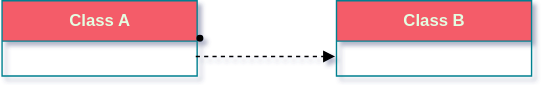
fanyixuanf/rhca keeps this draw.io diagram as uml/img/yilai.svg. Above is the earlier version. Source tidied: cells renumbered, new cells last; positions are measured from the earlier drawing's top-left corner, leaving out a move shared by most shapes. The source it was exported from:
```xml
<mxGraphModel background="#114B5F">
  <root>
    <mxCell id="0" />
    <mxCell id="1" parent="0" />
    <mxCell id="2" value="Class A" style="swimlane;fontStyle=1;align=center;verticalAlign=middle;horizontal=1;startSize=29;html=1;fillColor=#F45B69;strokeColor=#028090;fontColor=#E4FDE1;" parent="1" vertex="1">
      <mxGeometry width="140" height="54" as="geometry" />
    </mxCell>
    <mxCell id="3" value="Class B" style="swimlane;fontStyle=1;align=center;verticalAlign=middle;horizontal=1;startSize=29;html=1;fillColor=#F45B69;strokeColor=#028090;fontColor=#E4FDE1;" parent="1" vertex="1">
      <mxGeometry x="240" width="140" height="54" as="geometry" />
    </mxCell>
    <mxCell id="4" style="ellipse;html=1;fillColor=#000000;" parent="1" vertex="1">
      <mxGeometry x="140" y="25" width="4" height="4" as="geometry" />
    </mxCell>
    <mxCell id="5" style="html=1;verticalAlign=bottom;labelBackgroundColor=none;endArrow=block;endFill=1;dashed=1;rounded=0;" parent="1" edge="1">
      <mxGeometry relative="1" as="geometry">
        <mxPoint x="139" y="40" as="sourcePoint" />
        <mxPoint x="239" y="40" as="targetPoint" />
      </mxGeometry>
    </mxCell>
  </root>
</mxGraphModel>
```
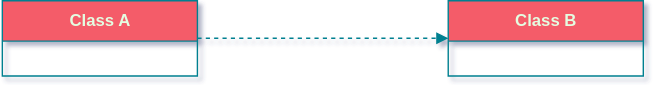
After the commit.

What changed in the source:
```diff
@@ -2,20 +2,16 @@
   <root>
     <mxCell id="0" />
     <mxCell id="1" parent="0" />
-    <mxCell id="2" value="Class A" style="swimlane;fontStyle=1;align=center;verticalAlign=middle;horizontal=1;startSize=29;html=1;fillColor=#F45B69;strokeColor=#028090;fontColor=#E4FDE1;" parent="1" vertex="1">
-      <mxGeometry width="140" height="54" as="geometry" />
+    <mxCell id="2" value="Class A" style="swimlane;fontStyle=1;align=center;verticalAlign=middle;horizontal=1;startSize=29;html=1;rounded=0;sketch=0;fontColor=#E4FDE1;strokeColor=#028090;fillColor=#F45B69;" parent="1" vertex="1">
+      <mxGeometry x="-111" width="140" height="54" as="geometry" />
     </mxCell>
-    <mxCell id="3" value="Class B" style="swimlane;fontStyle=1;align=center;verticalAlign=middle;horizontal=1;startSize=29;html=1;fillColor=#F45B69;strokeColor=#028090;fontColor=#E4FDE1;" parent="1" vertex="1">
-      <mxGeometry x="240" width="140" height="54" as="geometry" />
+    <mxCell id="3" value="Class B" style="swimlane;fontStyle=1;align=center;verticalAlign=middle;horizontal=1;startSize=29;html=1;rounded=0;sketch=0;fontColor=#E4FDE1;strokeColor=#028090;fillColor=#F45B69;" parent="1" vertex="1">
+      <mxGeometry x="209" width="140" height="54" as="geometry" />
     </mxCell>
-    <mxCell id="4" style="ellipse;html=1;fillColor=#000000;" parent="1" vertex="1">
-      <mxGeometry x="140" y="25" width="4" height="4" as="geometry" />
-    </mxCell>
-    <mxCell id="5" style="html=1;verticalAlign=bottom;labelBackgroundColor=none;endArrow=block;endFill=1;dashed=1;rounded=0;" parent="1" edge="1">
-      <mxGeometry relative="1" as="geometry">
-        <mxPoint x="139" y="40" as="sourcePoint" />
-        <mxPoint x="239" y="40" as="targetPoint" />
-      </mxGeometry>
-    </mxCell>
+    <mxCell id="6" style="html=1;verticalAlign=bottom;labelBackgroundColor=none;endArrow=block;endFill=1;dashed=1;rounded=1;sketch=0;fontColor=#E4FDE1;strokeColor=#028090;fillColor=#F45B69;curved=0;entryX=0;entryY=0.5;entryDx=0;entryDy=0;" parent="1" edge="1" target="3">
+      <mxGeometry relative="1" as="geometry">
+        <mxPoint x="29" y="27" as="sourcePoint" />
+      </mxGeometry>
+    </mxCell>
   </root>
 </mxGraphModel>
```
